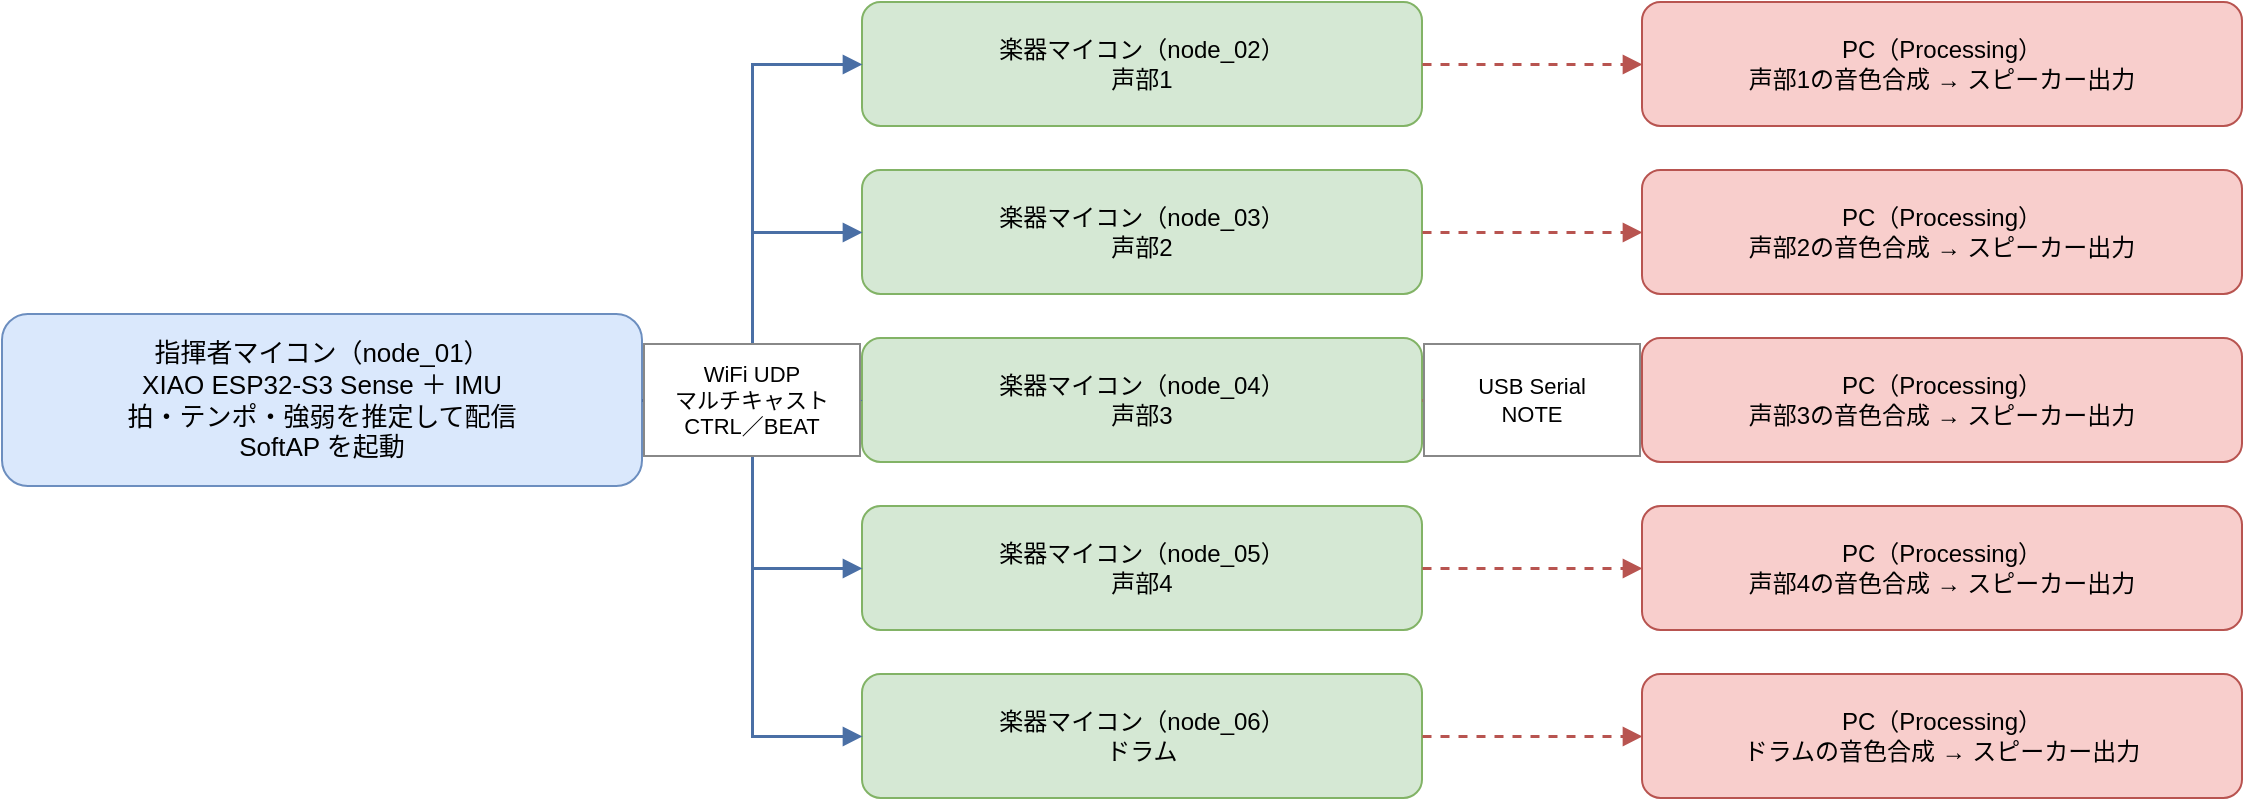
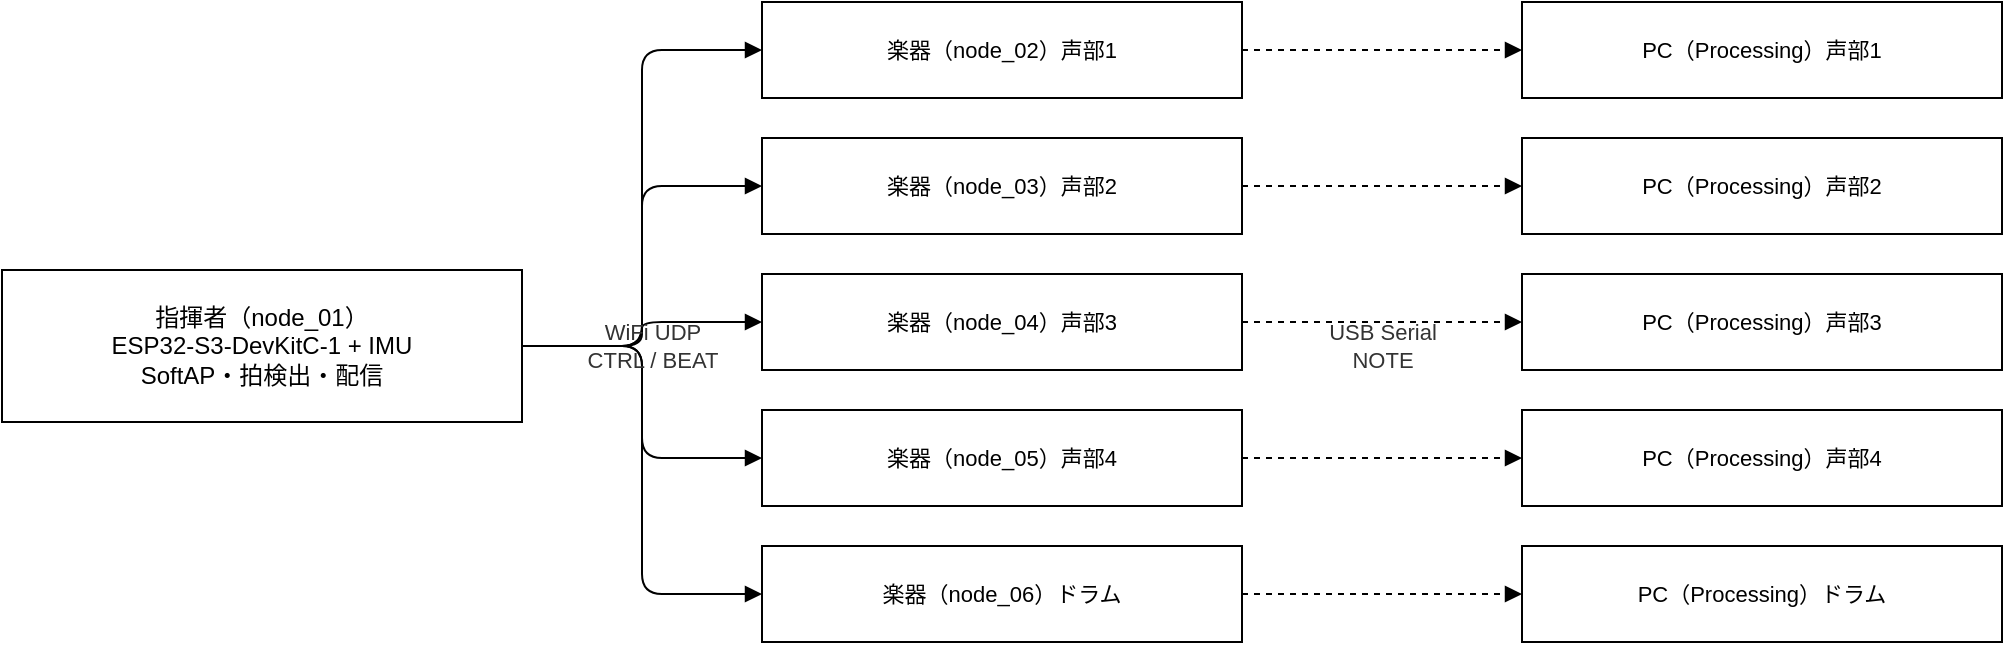
<mxfile host="Claude">
  <diagram id="system-overview" name="システム構成">
-     <mxGraphModel dx="1200" dy="460" grid="0" gridSize="10" guides="1" tooltips="1" connect="1" arrows="1" fold="1" page="1" pageScale="1" pageWidth="1200" pageHeight="460" math="0" shadow="0">
+     <mxGraphModel dx="1120" dy="420" grid="0" gridSize="10" guides="1" tooltips="1" connect="1" arrows="1" fold="1" page="1" pageScale="1" pageWidth="1120" pageHeight="420" math="0" shadow="0">
      <root>
        <mxCell id="0"/>
        <mxCell id="1" parent="0"/>
-         <mxCell id="r" value="指揮者マイコン（node_01）&lt;br&gt;XIAO ESP32-S3 Sense ＋ IMU&lt;br&gt;拍・テンポ・強弱を推定して配信&lt;br&gt;SoftAP を起動" style="rounded=1;whiteSpace=wrap;html=1;fillColor=#DAE8FC;strokeColor=#6C8EBF;fontSize=13;verticalAlign=middle;" vertex="1" parent="1"><mxGeometry x="40" y="176" width="320" height="86" as="geometry"/></mxCell>
-         <mxCell id="i2" value="楽器マイコン（node_02）&lt;br&gt;声部1" style="rounded=1;whiteSpace=wrap;html=1;fillColor=#D5E8D4;strokeColor=#82B366;fontSize=12;" vertex="1" parent="1"><mxGeometry x="470" y="20" width="280" height="62" as="geometry"/></mxCell>
-         <mxCell id="i3" value="楽器マイコン（node_03）&lt;br&gt;声部2" style="rounded=1;whiteSpace=wrap;html=1;fillColor=#D5E8D4;strokeColor=#82B366;fontSize=12;" vertex="1" parent="1"><mxGeometry x="470" y="104" width="280" height="62" as="geometry"/></mxCell>
-         <mxCell id="i4" value="楽器マイコン（node_04）&lt;br&gt;声部3" style="rounded=1;whiteSpace=wrap;html=1;fillColor=#D5E8D4;strokeColor=#82B366;fontSize=12;" vertex="1" parent="1"><mxGeometry x="470" y="188" width="280" height="62" as="geometry"/></mxCell>
-         <mxCell id="i5" value="楽器マイコン（node_05）&lt;br&gt;声部4" style="rounded=1;whiteSpace=wrap;html=1;fillColor=#D5E8D4;strokeColor=#82B366;fontSize=12;" vertex="1" parent="1"><mxGeometry x="470" y="272" width="280" height="62" as="geometry"/></mxCell>
-         <mxCell id="i6" value="楽器マイコン（node_06）&lt;br&gt;ドラム" style="rounded=1;whiteSpace=wrap;html=1;fillColor=#D5E8D4;strokeColor=#82B366;fontSize=12;" vertex="1" parent="1"><mxGeometry x="470" y="356" width="280" height="62" as="geometry"/></mxCell>
-         <mxCell id="p2" value="PC（Processing）&lt;br&gt;声部1の音色合成 → スピーカー出力" style="rounded=1;whiteSpace=wrap;html=1;fillColor=#F8CECC;strokeColor=#B85450;fontSize=12;" vertex="1" parent="1"><mxGeometry x="860" y="20" width="300" height="62" as="geometry"/></mxCell>
-         <mxCell id="p3" value="PC（Processing）&lt;br&gt;声部2の音色合成 → スピーカー出力" style="rounded=1;whiteSpace=wrap;html=1;fillColor=#F8CECC;strokeColor=#B85450;fontSize=12;" vertex="1" parent="1"><mxGeometry x="860" y="104" width="300" height="62" as="geometry"/></mxCell>
-         <mxCell id="p4" value="PC（Processing）&lt;br&gt;声部3の音色合成 → スピーカー出力" style="rounded=1;whiteSpace=wrap;html=1;fillColor=#F8CECC;strokeColor=#B85450;fontSize=12;" vertex="1" parent="1"><mxGeometry x="860" y="188" width="300" height="62" as="geometry"/></mxCell>
-         <mxCell id="p5" value="PC（Processing）&lt;br&gt;声部4の音色合成 → スピーカー出力" style="rounded=1;whiteSpace=wrap;html=1;fillColor=#F8CECC;strokeColor=#B85450;fontSize=12;" vertex="1" parent="1"><mxGeometry x="860" y="272" width="300" height="62" as="geometry"/></mxCell>
-         <mxCell id="p6" value="PC（Processing）&lt;br&gt;ドラムの音色合成 → スピーカー出力" style="rounded=1;whiteSpace=wrap;html=1;fillColor=#F8CECC;strokeColor=#B85450;fontSize=12;" vertex="1" parent="1"><mxGeometry x="860" y="356" width="300" height="62" as="geometry"/></mxCell>
-         <mxCell id="ew2" style="edgeStyle=orthogonalEdgeStyle;rounded=0;html=1;endArrow=block;strokeColor=#4A6FA5;strokeWidth=1.5;exitX=1;exitY=0.5;entryX=0;entryY=0.5;" edge="1" parent="1" source="r" target="i2"><mxGeometry relative="1" as="geometry"/></mxCell>
-         <mxCell id="ew3" style="edgeStyle=orthogonalEdgeStyle;rounded=0;html=1;endArrow=block;strokeColor=#4A6FA5;strokeWidth=1.5;exitX=1;exitY=0.5;entryX=0;entryY=0.5;" edge="1" parent="1" source="r" target="i3"><mxGeometry relative="1" as="geometry"/></mxCell>
-         <mxCell id="ew4" style="edgeStyle=orthogonalEdgeStyle;rounded=0;html=1;endArrow=block;strokeColor=#4A6FA5;strokeWidth=1.5;exitX=1;exitY=0.5;entryX=0;entryY=0.5;" edge="1" parent="1" source="r" target="i4"><mxGeometry relative="1" as="geometry"/></mxCell>
-         <mxCell id="ew5" style="edgeStyle=orthogonalEdgeStyle;rounded=0;html=1;endArrow=block;strokeColor=#4A6FA5;strokeWidth=1.5;exitX=1;exitY=0.5;entryX=0;entryY=0.5;" edge="1" parent="1" source="r" target="i5"><mxGeometry relative="1" as="geometry"/></mxCell>
-         <mxCell id="ew6" style="edgeStyle=orthogonalEdgeStyle;rounded=0;html=1;endArrow=block;strokeColor=#4A6FA5;strokeWidth=1.5;exitX=1;exitY=0.5;entryX=0;entryY=0.5;" edge="1" parent="1" source="r" target="i6"><mxGeometry relative="1" as="geometry"/></mxCell>
-         <mxCell id="eu2" style="edgeStyle=orthogonalEdgeStyle;rounded=0;html=1;endArrow=block;dashed=1;strokeColor=#B85450;strokeWidth=1.5;exitX=1;exitY=0.5;entryX=0;entryY=0.5;" edge="1" parent="1" source="i2" target="p2"><mxGeometry relative="1" as="geometry"/></mxCell>
-         <mxCell id="eu3" style="edgeStyle=orthogonalEdgeStyle;rounded=0;html=1;endArrow=block;dashed=1;strokeColor=#B85450;strokeWidth=1.5;exitX=1;exitY=0.5;entryX=0;entryY=0.5;" edge="1" parent="1" source="i3" target="p3"><mxGeometry relative="1" as="geometry"/></mxCell>
-         <mxCell id="eu4" style="edgeStyle=orthogonalEdgeStyle;rounded=0;html=1;endArrow=block;dashed=1;strokeColor=#B85450;strokeWidth=1.5;exitX=1;exitY=0.5;entryX=0;entryY=0.5;" edge="1" parent="1" source="i4" target="p4"><mxGeometry relative="1" as="geometry"/></mxCell>
-         <mxCell id="eu5" style="edgeStyle=orthogonalEdgeStyle;rounded=0;html=1;endArrow=block;dashed=1;strokeColor=#B85450;strokeWidth=1.5;exitX=1;exitY=0.5;entryX=0;entryY=0.5;" edge="1" parent="1" source="i5" target="p5"><mxGeometry relative="1" as="geometry"/></mxCell>
-         <mxCell id="eu6" style="edgeStyle=orthogonalEdgeStyle;rounded=0;html=1;endArrow=block;dashed=1;strokeColor=#B85450;strokeWidth=1.5;exitX=1;exitY=0.5;entryX=0;entryY=0.5;" edge="1" parent="1" source="i6" target="p6"><mxGeometry relative="1" as="geometry"/></mxCell>
-         <mxCell id="lw" value="WiFi UDP&lt;br&gt;マルチキャスト&lt;br&gt;CTRL／BEAT" style="rounded=0;whiteSpace=wrap;html=1;fillColor=#FFFFFF;strokeColor=#888888;fontSize=11;" vertex="1" parent="1"><mxGeometry x="361" y="191" width="108" height="56" as="geometry"/></mxCell>
-         <mxCell id="lu" value="USB Serial&lt;br&gt;NOTE" style="rounded=0;whiteSpace=wrap;html=1;fillColor=#FFFFFF;strokeColor=#888888;fontSize=11;" vertex="1" parent="1"><mxGeometry x="751" y="191" width="108" height="56" as="geometry"/></mxCell>
+         <mxCell id="r" value="指揮者（node_01）&lt;br&gt;ESP32-S3-DevKitC-1 + IMU&lt;br&gt;SoftAP・拍検出・配信" style="whiteSpace=wrap;html=1;fillColor=#FFFFFF;strokeColor=#000000;fontSize=12;verticalAlign=middle;" vertex="1" parent="1"><mxGeometry x="20" y="148" width="260" height="76" as="geometry"/></mxCell>
+         <mxCell id="i2" value="楽器（node_02）声部1" style="whiteSpace=wrap;html=1;fillColor=#FFFFFF;strokeColor=#000000;fontSize=11;" vertex="1" parent="1"><mxGeometry x="400" y="14" width="240" height="48" as="geometry"/></mxCell>
+         <mxCell id="i3" value="楽器（node_03）声部2" style="whiteSpace=wrap;html=1;fillColor=#FFFFFF;strokeColor=#000000;fontSize=11;" vertex="1" parent="1"><mxGeometry x="400" y="82" width="240" height="48" as="geometry"/></mxCell>
+         <mxCell id="i4" value="楽器（node_04）声部3" style="whiteSpace=wrap;html=1;fillColor=#FFFFFF;strokeColor=#000000;fontSize=11;" vertex="1" parent="1"><mxGeometry x="400" y="150" width="240" height="48" as="geometry"/></mxCell>
+         <mxCell id="i5" value="楽器（node_05）声部4" style="whiteSpace=wrap;html=1;fillColor=#FFFFFF;strokeColor=#000000;fontSize=11;" vertex="1" parent="1"><mxGeometry x="400" y="218" width="240" height="48" as="geometry"/></mxCell>
+         <mxCell id="i6" value="楽器（node_06）ドラム" style="whiteSpace=wrap;html=1;fillColor=#FFFFFF;strokeColor=#000000;fontSize=11;" vertex="1" parent="1"><mxGeometry x="400" y="286" width="240" height="48" as="geometry"/></mxCell>
+         <mxCell id="p2" value="PC（Processing）声部1" style="whiteSpace=wrap;html=1;fillColor=#FFFFFF;strokeColor=#000000;fontSize=11;" vertex="1" parent="1"><mxGeometry x="780" y="14" width="240" height="48" as="geometry"/></mxCell>
+         <mxCell id="p3" value="PC（Processing）声部2" style="whiteSpace=wrap;html=1;fillColor=#FFFFFF;strokeColor=#000000;fontSize=11;" vertex="1" parent="1"><mxGeometry x="780" y="82" width="240" height="48" as="geometry"/></mxCell>
+         <mxCell id="p4" value="PC（Processing）声部3" style="whiteSpace=wrap;html=1;fillColor=#FFFFFF;strokeColor=#000000;fontSize=11;" vertex="1" parent="1"><mxGeometry x="780" y="150" width="240" height="48" as="geometry"/></mxCell>
+         <mxCell id="p5" value="PC（Processing）声部4" style="whiteSpace=wrap;html=1;fillColor=#FFFFFF;strokeColor=#000000;fontSize=11;" vertex="1" parent="1"><mxGeometry x="780" y="218" width="240" height="48" as="geometry"/></mxCell>
+         <mxCell id="p6" value="PC（Processing）ドラム" style="whiteSpace=wrap;html=1;fillColor=#FFFFFF;strokeColor=#000000;fontSize=11;" vertex="1" parent="1"><mxGeometry x="780" y="286" width="240" height="48" as="geometry"/></mxCell>
+         <mxCell id="ew2" style="edgeStyle=orthogonalEdgeStyle;html=1;endArrow=block;endFill=1;strokeColor=#000000;strokeWidth=1;exitX=1;exitY=0.5;entryX=0;entryY=0.5;" edge="1" parent="1" source="r" target="i2"><mxGeometry relative="1" as="geometry"/></mxCell>
+         <mxCell id="ew3" style="edgeStyle=orthogonalEdgeStyle;html=1;endArrow=block;endFill=1;strokeColor=#000000;strokeWidth=1;exitX=1;exitY=0.5;entryX=0;entryY=0.5;" edge="1" parent="1" source="r" target="i3"><mxGeometry relative="1" as="geometry"/></mxCell>
+         <mxCell id="ew4" style="edgeStyle=orthogonalEdgeStyle;html=1;endArrow=block;endFill=1;strokeColor=#000000;strokeWidth=1;exitX=1;exitY=0.5;entryX=0;entryY=0.5;" edge="1" parent="1" source="r" target="i4"><mxGeometry relative="1" as="geometry"/></mxCell>
+         <mxCell id="ew5" style="edgeStyle=orthogonalEdgeStyle;html=1;endArrow=block;endFill=1;strokeColor=#000000;strokeWidth=1;exitX=1;exitY=0.5;entryX=0;entryY=0.5;" edge="1" parent="1" source="r" target="i5"><mxGeometry relative="1" as="geometry"/></mxCell>
+         <mxCell id="ew6" style="edgeStyle=orthogonalEdgeStyle;html=1;endArrow=block;endFill=1;strokeColor=#000000;strokeWidth=1;exitX=1;exitY=0.5;entryX=0;entryY=0.5;" edge="1" parent="1" source="r" target="i6"><mxGeometry relative="1" as="geometry"/></mxCell>
+         <mxCell id="eu2" style="edgeStyle=orthogonalEdgeStyle;html=1;endArrow=block;endFill=1;dashed=1;strokeColor=#000000;strokeWidth=1;exitX=1;exitY=0.5;entryX=0;entryY=0.5;" edge="1" parent="1" source="i2" target="p2"><mxGeometry relative="1" as="geometry"/></mxCell>
+         <mxCell id="eu3" style="edgeStyle=orthogonalEdgeStyle;html=1;endArrow=block;endFill=1;dashed=1;strokeColor=#000000;strokeWidth=1;exitX=1;exitY=0.5;entryX=0;entryY=0.5;" edge="1" parent="1" source="i3" target="p3"><mxGeometry relative="1" as="geometry"/></mxCell>
+         <mxCell id="eu4" style="edgeStyle=orthogonalEdgeStyle;html=1;endArrow=block;endFill=1;dashed=1;strokeColor=#000000;strokeWidth=1;exitX=1;exitY=0.5;entryX=0;entryY=0.5;" edge="1" parent="1" source="i4" target="p4"><mxGeometry relative="1" as="geometry"/></mxCell>
+         <mxCell id="eu5" style="edgeStyle=orthogonalEdgeStyle;html=1;endArrow=block;endFill=1;dashed=1;strokeColor=#000000;strokeWidth=1;exitX=1;exitY=0.5;entryX=0;entryY=0.5;" edge="1" parent="1" source="i5" target="p5"><mxGeometry relative="1" as="geometry"/></mxCell>
+         <mxCell id="eu6" style="edgeStyle=orthogonalEdgeStyle;html=1;endArrow=block;endFill=1;dashed=1;strokeColor=#000000;strokeWidth=1;exitX=1;exitY=0.5;entryX=0;entryY=0.5;" edge="1" parent="1" source="i6" target="p6"><mxGeometry relative="1" as="geometry"/></mxCell>
+         <mxCell id="lw" value="WiFi UDP&lt;br&gt;CTRL / BEAT" style="text;html=1;align=center;verticalAlign=middle;fontSize=11;fontColor=#333333;" vertex="1" parent="1"><mxGeometry x="300" y="168" width="90" height="36" as="geometry"/></mxCell>
+         <mxCell id="lu" value="USB Serial&lt;br&gt;NOTE" style="text;html=1;align=center;verticalAlign=middle;fontSize=11;fontColor=#333333;" vertex="1" parent="1"><mxGeometry x="665" y="168" width="90" height="36" as="geometry"/></mxCell>
      </root>
    </mxGraphModel>
  </diagram>
</mxfile>
